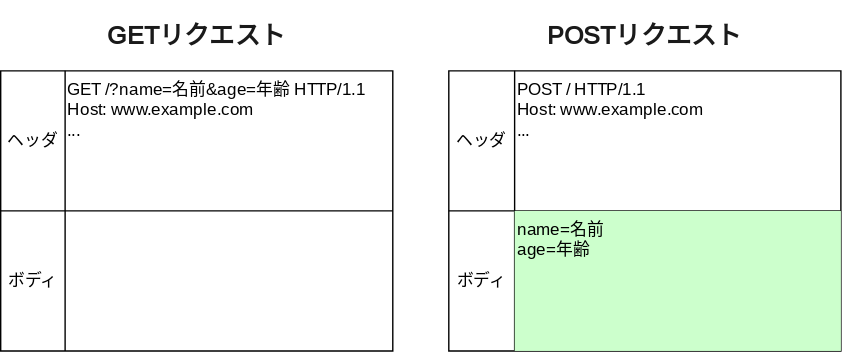
Above: docs/3-web-servers/07-get-post/method-region.drawio.svg in ut-code/utcode-learn (draw.io), before the change. Source tidied: cells renumbered, new cells last; positions are measured from the earlier drawing's top-left corner, leaving out a move shared by most shapes.
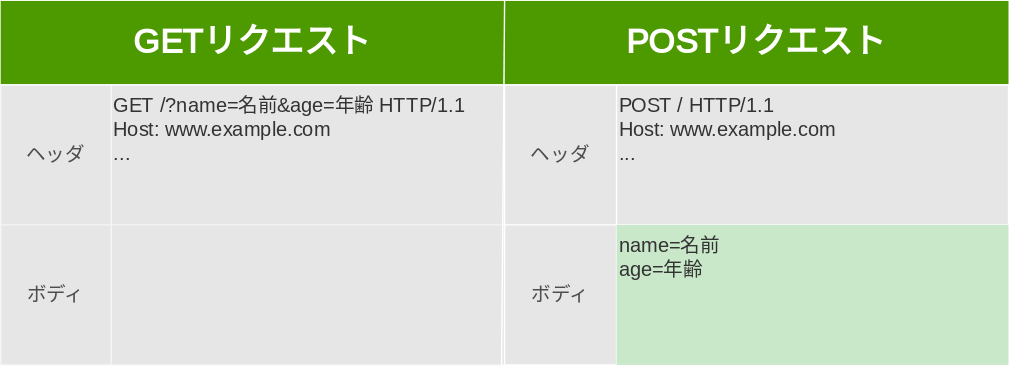
Above is the later version.

Diff of the diagram source:
```diff
@@ -2,53 +2,65 @@
   <root>
     <mxCell id="0" />
     <mxCell id="1" parent="0" />
+    <mxCell id="18" style="rounded=0;whiteSpace=wrap;html=1;fillColor=#4D9900;strokeColor=none;" parent="1" vertex="1">
+      <mxGeometry x="360" y="-20" width="360" height="60" as="geometry" />
+    </mxCell>
+    <mxCell id="19" style="rounded=0;whiteSpace=wrap;html=1;fillColor=#4D9900;strokeColor=none;" parent="1" vertex="1">
+      <mxGeometry y="-20" width="360" height="60" as="geometry" />
+    </mxCell>
-    <mxCell id="2" style="shape=table;startSize=0;verticalAlign=top;fontFamily=Noto Sans Mono;fontSource=https%3A%2F%2Ffonts.googleapis.com%2Fcss%3Ffamily%3DNoto%2BSans%2BMono;" parent="1" vertex="1">
-      <mxGeometry y="40" width="280" height="200" as="geometry" />
+    <mxCell id="2" style="shape=table;startSize=0;verticalAlign=top;fontFamily=Noto Sans Mono;fontSource=https%3A%2F%2Ffonts.googleapis.com%2Fcss%3Ffamily%3DNoto%2BSans%2BMono;fillColor=#E6E6E6;strokeColor=#F5F5F5;" parent="1" vertex="1">
+      <mxGeometry y="40" width="360" height="200" as="geometry" />
     </mxCell>
     <mxCell id="3" style="shape=tableRow;horizontal=0;startSize=0;swimlaneHead=0;swimlaneBody=0;top=0;left=0;bottom=0;right=0;fillColor=none;fontFamily=Noto Sans Mono;fontSource=https%3A%2F%2Ffonts.googleapis.com%2Fcss%3Ffamily%3DNoto%2BSans%2BMono;" parent="2" vertex="1">
-      <mxGeometry width="280" height="100" as="geometry" />
+      <mxGeometry width="360" height="100" as="geometry" />
     </mxCell>
-    <mxCell id="4" value="&lt;div&gt;ヘッダ&lt;/div&gt;" style="shape=partialRectangle;html=1;whiteSpace=wrap;overflow=hidden;fillColor=none;top=0;left=0;bottom=0;right=0;fontFamily=Noto Sans Mono;fontSource=https%3A%2F%2Ffonts.googleapis.com%2Fcss%3Ffamily%3DNoto%2BSans%2BMono;" parent="3" vertex="1">
-      <mxGeometry width="46" height="100" as="geometry" />
+    <mxCell id="4" value="&lt;div&gt;&lt;font color=&quot;#4d4d4d&quot; style=&quot;font-size: 14px;&quot;&gt;ヘッダ&lt;/font&gt;&lt;/div&gt;" style="shape=partialRectangle;html=1;whiteSpace=wrap;overflow=hidden;fillColor=none;top=0;left=0;bottom=0;right=0;fontFamily=Noto Sans Mono;fontSource=https%3A%2F%2Ffonts.googleapis.com%2Fcss%3Ffamily%3DNoto%2BSans%2BMono;" parent="3" vertex="1">
+      <mxGeometry width="79" height="100" as="geometry" />
     </mxCell>
-    <mxCell id="5" value="&lt;font style=&quot;font-size: 12px;&quot;&gt;GET /?name=名前&amp;amp;age=年齢&amp;nbsp;HTTP/1.1&lt;br&gt;Host: www.example.com&lt;br&gt;...&lt;/font&gt;" style="shape=partialRectangle;html=1;whiteSpace=wrap;overflow=hidden;fillColor=none;top=0;left=0;bottom=0;right=0;align=left;verticalAlign=top;fontFamily=Noto Sans Mono;fontSource=https%3A%2F%2Ffonts.googleapis.com%2Fcss%3Ffamily%3DNoto%2BSans%2BMono;" parent="3" vertex="1">
-      <mxGeometry x="46" width="234" height="100" as="geometry" />
+    <mxCell id="5" value="&lt;font color=&quot;#333333&quot; style=&quot;font-size: 14px;&quot;&gt;GET /?name=名前&amp;amp;age=年齢&amp;nbsp;HTTP/1.1&lt;br&gt;Host: www.example.com&lt;br&gt;...&lt;/font&gt;" style="shape=partialRectangle;html=1;whiteSpace=wrap;overflow=hidden;fillColor=none;top=0;left=0;bottom=0;right=0;align=left;verticalAlign=top;fontFamily=Noto Sans Mono;fontSource=https%3A%2F%2Ffonts.googleapis.com%2Fcss%3Ffamily%3DNoto%2BSans%2BMono;" parent="3" vertex="1">
+      <mxGeometry x="79" width="281" height="100" as="geometry" />
     </mxCell>
     <mxCell id="6" style="shape=tableRow;horizontal=0;startSize=0;swimlaneHead=0;swimlaneBody=0;top=0;left=0;bottom=0;right=0;fillColor=none;fontFamily=Noto Sans Mono;fontSource=https%3A%2F%2Ffonts.googleapis.com%2Fcss%3Ffamily%3DNoto%2BSans%2BMono;" parent="2" vertex="1">
-      <mxGeometry y="100" width="280" height="100" as="geometry" />
+      <mxGeometry y="100" width="360" height="100" as="geometry" />
     </mxCell>
-    <mxCell id="7" value="&lt;div&gt;ボディ&lt;/div&gt;" style="shape=partialRectangle;html=1;whiteSpace=wrap;overflow=hidden;fillColor=none;top=0;left=0;bottom=0;right=0;fontFamily=Noto Sans Mono;fontSource=https%3A%2F%2Ffonts.googleapis.com%2Fcss%3Ffamily%3DNoto%2BSans%2BMono;" parent="6" vertex="1">
-      <mxGeometry width="46" height="100" as="geometry" />
+    <mxCell id="7" value="&lt;div&gt;&lt;font color=&quot;#4d4d4d&quot; style=&quot;font-size: 14px;&quot;&gt;ボディ&lt;/font&gt;&lt;/div&gt;" style="shape=partialRectangle;html=1;whiteSpace=wrap;overflow=hidden;fillColor=none;top=0;left=0;bottom=0;right=0;fontFamily=Noto Sans Mono;fontSource=https%3A%2F%2Ffonts.googleapis.com%2Fcss%3Ffamily%3DNoto%2BSans%2BMono;" parent="6" vertex="1">
+      <mxGeometry width="79" height="100" as="geometry" />
     </mxCell>
     <mxCell id="8" style="shape=partialRectangle;html=1;whiteSpace=wrap;overflow=hidden;fillColor=none;top=0;left=0;bottom=0;right=0;verticalAlign=top;fontFamily=Noto Sans Mono;fontSource=https%3A%2F%2Ffonts.googleapis.com%2Fcss%3Ffamily%3DNoto%2BSans%2BMono;" parent="6" vertex="1">
-      <mxGeometry x="46" width="234" height="100" as="geometry" />
+      <mxGeometry x="79" width="281" height="100" as="geometry" />
     </mxCell>
-    <mxCell id="9" style="shape=table;startSize=0;verticalAlign=top;fontFamily=Noto Sans Mono;fontSource=https%3A%2F%2Ffonts.googleapis.com%2Fcss%3Ffamily%3DNoto%2BSans%2BMono;" parent="1" vertex="1">
-      <mxGeometry x="320" y="40" width="280" height="200" as="geometry" />
+    <mxCell id="9" style="shape=table;startSize=0;verticalAlign=top;fontFamily=Noto Sans Mono;fontSource=https%3A%2F%2Ffonts.googleapis.com%2Fcss%3Ffamily%3DNoto%2BSans%2BMono;fillColor=#E6E6E6;strokeColor=#FFFFFF;" parent="1" vertex="1">
+      <mxGeometry x="360" y="40" width="360" height="200" as="geometry" />
     </mxCell>
     <mxCell id="10" style="shape=tableRow;horizontal=0;startSize=0;swimlaneHead=0;swimlaneBody=0;top=0;left=0;bottom=0;right=0;fillColor=none;fontFamily=Noto Sans Mono;fontSource=https%3A%2F%2Ffonts.googleapis.com%2Fcss%3Ffamily%3DNoto%2BSans%2BMono;" parent="9" vertex="1">
-      <mxGeometry width="280" height="100" as="geometry" />
+      <mxGeometry width="360" height="100" as="geometry" />
     </mxCell>
-    <mxCell id="11" value="&lt;div&gt;ヘッダ&lt;/div&gt;" style="shape=partialRectangle;html=1;whiteSpace=wrap;overflow=hidden;fillColor=none;top=0;left=0;bottom=0;right=0;fontFamily=Noto Sans Mono;fontSource=https%3A%2F%2Ffonts.googleapis.com%2Fcss%3Ffamily%3DNoto%2BSans%2BMono;" parent="10" vertex="1">
-      <mxGeometry width="47" height="100" as="geometry" />
+    <mxCell id="11" value="&lt;div&gt;&lt;font color=&quot;#4d4d4d&quot; style=&quot;font-size: 14px;&quot;&gt;ヘッダ&lt;/font&gt;&lt;/div&gt;" style="shape=partialRectangle;html=1;whiteSpace=wrap;overflow=hidden;fillColor=none;top=0;left=0;bottom=0;right=0;fontFamily=Noto Sans Mono;fontSource=https%3A%2F%2Ffonts.googleapis.com%2Fcss%3Ffamily%3DNoto%2BSans%2BMono;" parent="10" vertex="1">
+      <mxGeometry width="80" height="100" as="geometry" />
     </mxCell>
-    <mxCell id="12" value="&lt;font style=&quot;font-size: 12px;&quot;&gt;POST / HTTP/1.1&lt;br&gt;Host: www.example.com&lt;br&gt;...&lt;/font&gt;" style="shape=partialRectangle;html=1;whiteSpace=wrap;overflow=hidden;fillColor=none;top=0;left=0;bottom=0;right=0;align=left;verticalAlign=top;fontFamily=Noto Sans Mono;fontSource=https%3A%2F%2Ffonts.googleapis.com%2Fcss%3Ffamily%3DNoto%2BSans%2BMono;" parent="10" vertex="1">
-      <mxGeometry x="47" width="233" height="100" as="geometry" />
+    <mxCell id="12" value="&lt;font color=&quot;#333333&quot; style=&quot;font-size: 14px;&quot;&gt;POST / HTTP/1.1&lt;br&gt;Host: www.example.com&lt;br&gt;...&lt;/font&gt;" style="shape=partialRectangle;html=1;whiteSpace=wrap;overflow=hidden;fillColor=none;top=0;left=0;bottom=0;right=0;align=left;verticalAlign=top;fontFamily=Noto Sans Mono;fontSource=https%3A%2F%2Ffonts.googleapis.com%2Fcss%3Ffamily%3DNoto%2BSans%2BMono;" parent="10" vertex="1">
+      <mxGeometry x="80" width="280" height="100" as="geometry" />
     </mxCell>
     <mxCell id="13" style="shape=tableRow;horizontal=0;startSize=0;swimlaneHead=0;swimlaneBody=0;top=0;left=0;bottom=0;right=0;fillColor=none;points=[[0,0.5],[1,0.5]];portConstraint=eastwest;fontFamily=Noto Sans Mono;fontSource=https%3A%2F%2Ffonts.googleapis.com%2Fcss%3Ffamily%3DNoto%2BSans%2BMono;" parent="9" vertex="1">
-      <mxGeometry y="100" width="280" height="100" as="geometry" />
+      <mxGeometry y="100" width="360" height="100" as="geometry" />
     </mxCell>
-    <mxCell id="14" value="&lt;div&gt;ボディ&lt;/div&gt;" style="shape=partialRectangle;html=1;whiteSpace=wrap;overflow=hidden;fillColor=none;top=0;left=0;bottom=0;right=0;fontFamily=Noto Sans Mono;fontSource=https%3A%2F%2Ffonts.googleapis.com%2Fcss%3Ffamily%3DNoto%2BSans%2BMono;" parent="13" vertex="1">
-      <mxGeometry width="47" height="100" as="geometry" />
+    <mxCell id="14" value="&lt;div&gt;&lt;font color=&quot;#4d4d4d&quot; style=&quot;font-size: 14px;&quot;&gt;ボディ&lt;/font&gt;&lt;/div&gt;" style="shape=partialRectangle;html=1;whiteSpace=wrap;overflow=hidden;fillColor=none;top=0;left=0;bottom=0;right=0;fontFamily=Noto Sans Mono;fontSource=https%3A%2F%2Ffonts.googleapis.com%2Fcss%3Ffamily%3DNoto%2BSans%2BMono;" parent="13" vertex="1">
+      <mxGeometry width="80" height="100" as="geometry" />
     </mxCell>
-    <mxCell id="15" value="&lt;div style=&quot;&quot;&gt;&lt;/div&gt;name=名前&lt;br&gt;&lt;span style=&quot;background-color: initial;&quot;&gt;age=年齢&lt;/span&gt;" style="shape=partialRectangle;html=1;whiteSpace=wrap;overflow=hidden;fillColor=#CCFFCC;top=0;left=0;bottom=0;right=0;align=left;verticalAlign=top;labelBackgroundColor=none;fontColor=#000000;strokeColor=#2D7600;fontFamily=Noto Sans Mono;fontSource=https%3A%2F%2Ffonts.googleapis.com%2Fcss%3Ffamily%3DNoto%2BSans%2BMono;" parent="13" vertex="1">
-      <mxGeometry x="47" width="233" height="100" as="geometry" />
+    <mxCell id="15" value="&lt;div style=&quot;&quot;&gt;&lt;/div&gt;&lt;font color=&quot;#333333&quot; style=&quot;font-size: 14px;&quot;&gt;name=名前&lt;br&gt;&lt;span style=&quot;background-color: initial;&quot;&gt;age=年齢&lt;/span&gt;&lt;/font&gt;" style="shape=partialRectangle;html=1;whiteSpace=wrap;overflow=hidden;fillColor=#C9E8CA;top=0;left=0;bottom=0;right=0;align=left;verticalAlign=top;labelBackgroundColor=none;fontColor=#000000;strokeColor=#FFFFFF;fontFamily=Noto Sans Mono;fontSource=https%3A%2F%2Ffonts.googleapis.com%2Fcss%3Ffamily%3DNoto%2BSans%2BMono;" parent="13" vertex="1">
+      <mxGeometry x="80" width="280" height="100" as="geometry" />
     </mxCell>
-    <mxCell id="16" value="&lt;h2&gt;GETリクエスト&lt;/h2&gt;" style="text;html=1;align=center;verticalAlign=middle;whiteSpace=wrap;rounded=0;labelBackgroundColor=none;fontFamily=Noto Sans Mono;fontSize=12;horizontal=1;fontColor=#1A1A1A;fontSource=https%3A%2F%2Ffonts.googleapis.com%2Fcss%3Ffamily%3DNoto%2BSans%2BMono;" parent="1" vertex="1">
-      <mxGeometry x="40" width="200" height="30" as="geometry" />
+    <mxCell id="16" value="&lt;h2&gt;&lt;font color=&quot;#ffffff&quot; style=&quot;font-size: 24px;&quot;&gt;GETリクエスト&lt;/font&gt;&lt;/h2&gt;" style="text;html=1;align=center;verticalAlign=middle;whiteSpace=wrap;rounded=0;labelBackgroundColor=none;fontFamily=Noto Sans Mono;fontSize=12;horizontal=1;fontColor=#1A1A1A;fontSource=https%3A%2F%2Ffonts.googleapis.com%2Fcss%3Ffamily%3DNoto%2BSans%2BMono;strokeColor=none;" parent="1" vertex="1">
+      <mxGeometry x="55" y="-20" width="250" height="60" as="geometry" />
     </mxCell>
-    <mxCell id="17" value="&lt;h2&gt;POSTリクエスト&lt;/h2&gt;" style="text;html=1;strokeColor=none;fillColor=none;align=center;verticalAlign=middle;whiteSpace=wrap;rounded=0;labelBackgroundColor=none;fontFamily=Noto Sans Mono;fontSize=12;fontColor=#1A1A1A;horizontal=1;fontSource=https%3A%2F%2Ffonts.googleapis.com%2Fcss%3Ffamily%3DNoto%2BSans%2BMono;" parent="1" vertex="1">
-      <mxGeometry x="360" width="200" height="30" as="geometry" />
+    <mxCell id="17" value="&lt;h2&gt;&lt;font color=&quot;#ffffff&quot; style=&quot;font-size: 24px;&quot;&gt;POSTリクエスト&lt;/font&gt;&lt;/h2&gt;" style="text;html=1;strokeColor=none;fillColor=none;align=center;verticalAlign=middle;whiteSpace=wrap;rounded=0;labelBackgroundColor=none;fontFamily=Noto Sans Mono;fontSize=12;fontColor=#1A1A1A;horizontal=1;fontSource=https%3A%2F%2Ffonts.googleapis.com%2Fcss%3Ffamily%3DNoto%2BSans%2BMono;" parent="1" vertex="1">
+      <mxGeometry x="400" y="-20" width="280" height="60" as="geometry" />
     </mxCell>
+    <mxCell id="20" style="endArrow=none;html=1;strokeColor=#FFFFFF;fontSize=24;fontColor=#FFFFFF;exitX=-0.006;exitY=1.01;exitDx=0;exitDy=0;exitPerimeter=0;entryX=1;entryY=0;entryDx=0;entryDy=0;" parent="1" edge="1" source="13" target="19">
+      <mxGeometry relative="1" as="geometry" />
+    </mxCell>
+    <mxCell id="21" style="endArrow=none;html=1;strokeColor=#FFFFFF;fontSize=24;fontColor=#FFFFFF;exitX=1;exitY=1;exitDx=0;exitDy=0;entryX=0;entryY=1;entryDx=0;entryDy=0;" parent="1" edge="1" source="18" target="19">
+      <mxGeometry relative="1" as="geometry" />
+    </mxCell>
   </root>
 </mxGraphModel>
```
